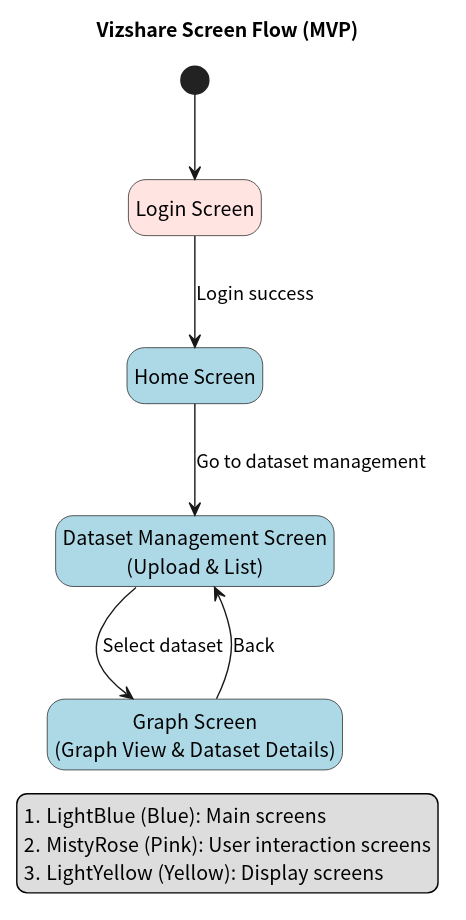
Above: docs/screen_flow/screen_flow_diagram/screen_flow_vizshare.svg in tomoki-shiozaki/vizshare (PlantUML), before the change.
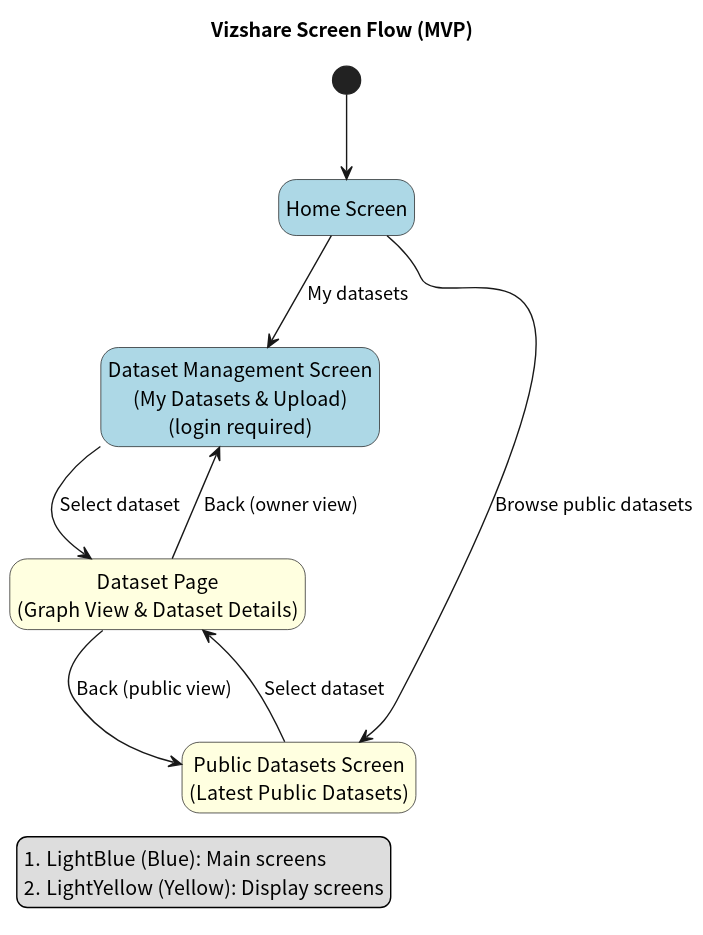
Above is the later version.

Commit message:
docs(screen flow): update screen flow diagram

What changed in the source:
```diff
@@ -6,27 +6,22 @@
 
 legend left
 #LightBlue (Blue): Main screens
-#MistyRose (Pink): User interaction screens
 #LightYellow (Yellow): Display screens
 end legend
 
-[*] --> login
+[*] --> home
 
-state "Login Screen" as login <<UserAction>>
 state "Home Screen" as home #LightBlue
-state "Dataset Management Screen\n(Upload & List)" as datasetManagement #LightBlue
-state "Graph Screen\n(Graph View & Dataset Details)" as graphView #LightBlue
+state "Dataset Management Screen\n(My Datasets & Upload)\n(login required)" as datasetManagement #LightBlue
+state "Public Datasets Screen\n(Latest Public Datasets)" as publicDatasets #LightYellow
+state "Dataset Page\n(Graph View & Dataset Details)" as datasetView #LightYellow
 
-login --> home : Login success
+home --> datasetManagement : My datasets
+home --> publicDatasets : Browse public datasets
 
-home --> datasetManagement : Go to dataset management
+datasetManagement --> datasetView : Select dataset
+publicDatasets --> datasetView : Select dataset
 
-datasetManagement --> graphView : Select dataset
-
-graphView --> datasetManagement : Back
-
-skinparam state {
-  BackgroundColor<<UserAction>> MistyRose
-  BackgroundColor<<Display>> LightYellow
-}
+datasetView --> datasetManagement : Back (owner view)
+datasetView --> publicDatasets : Back (public view)
 @enduml
```
